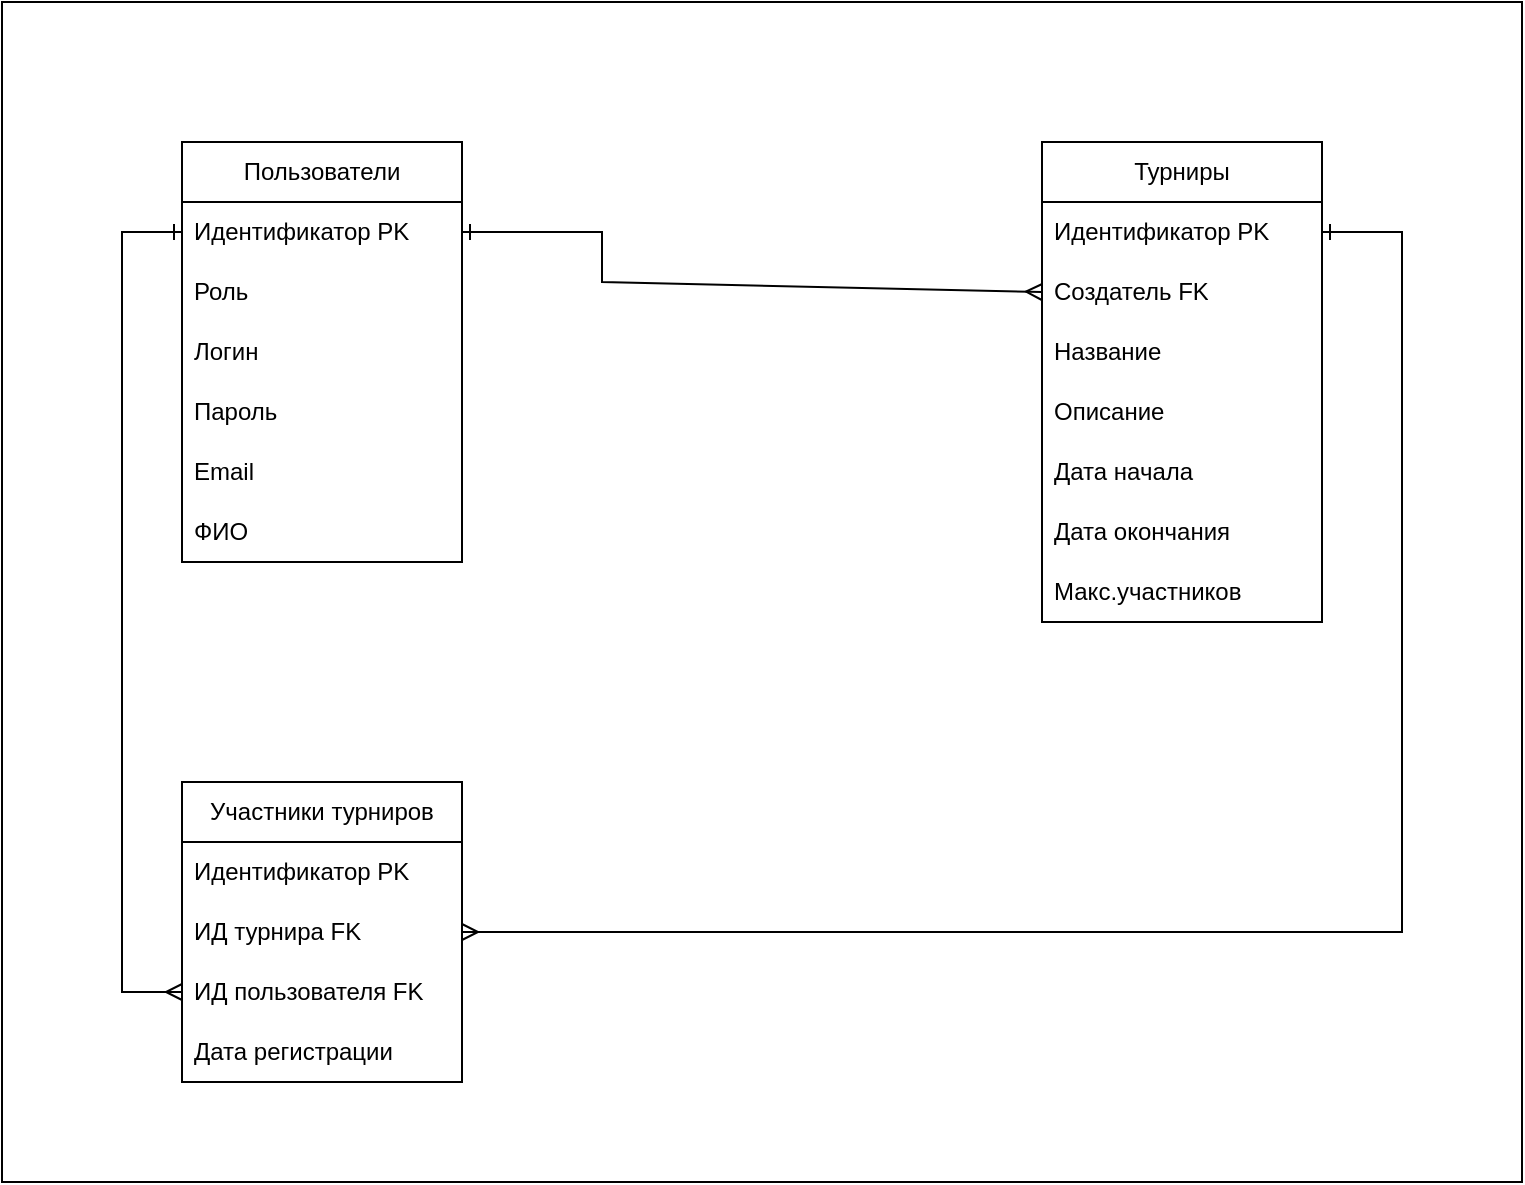
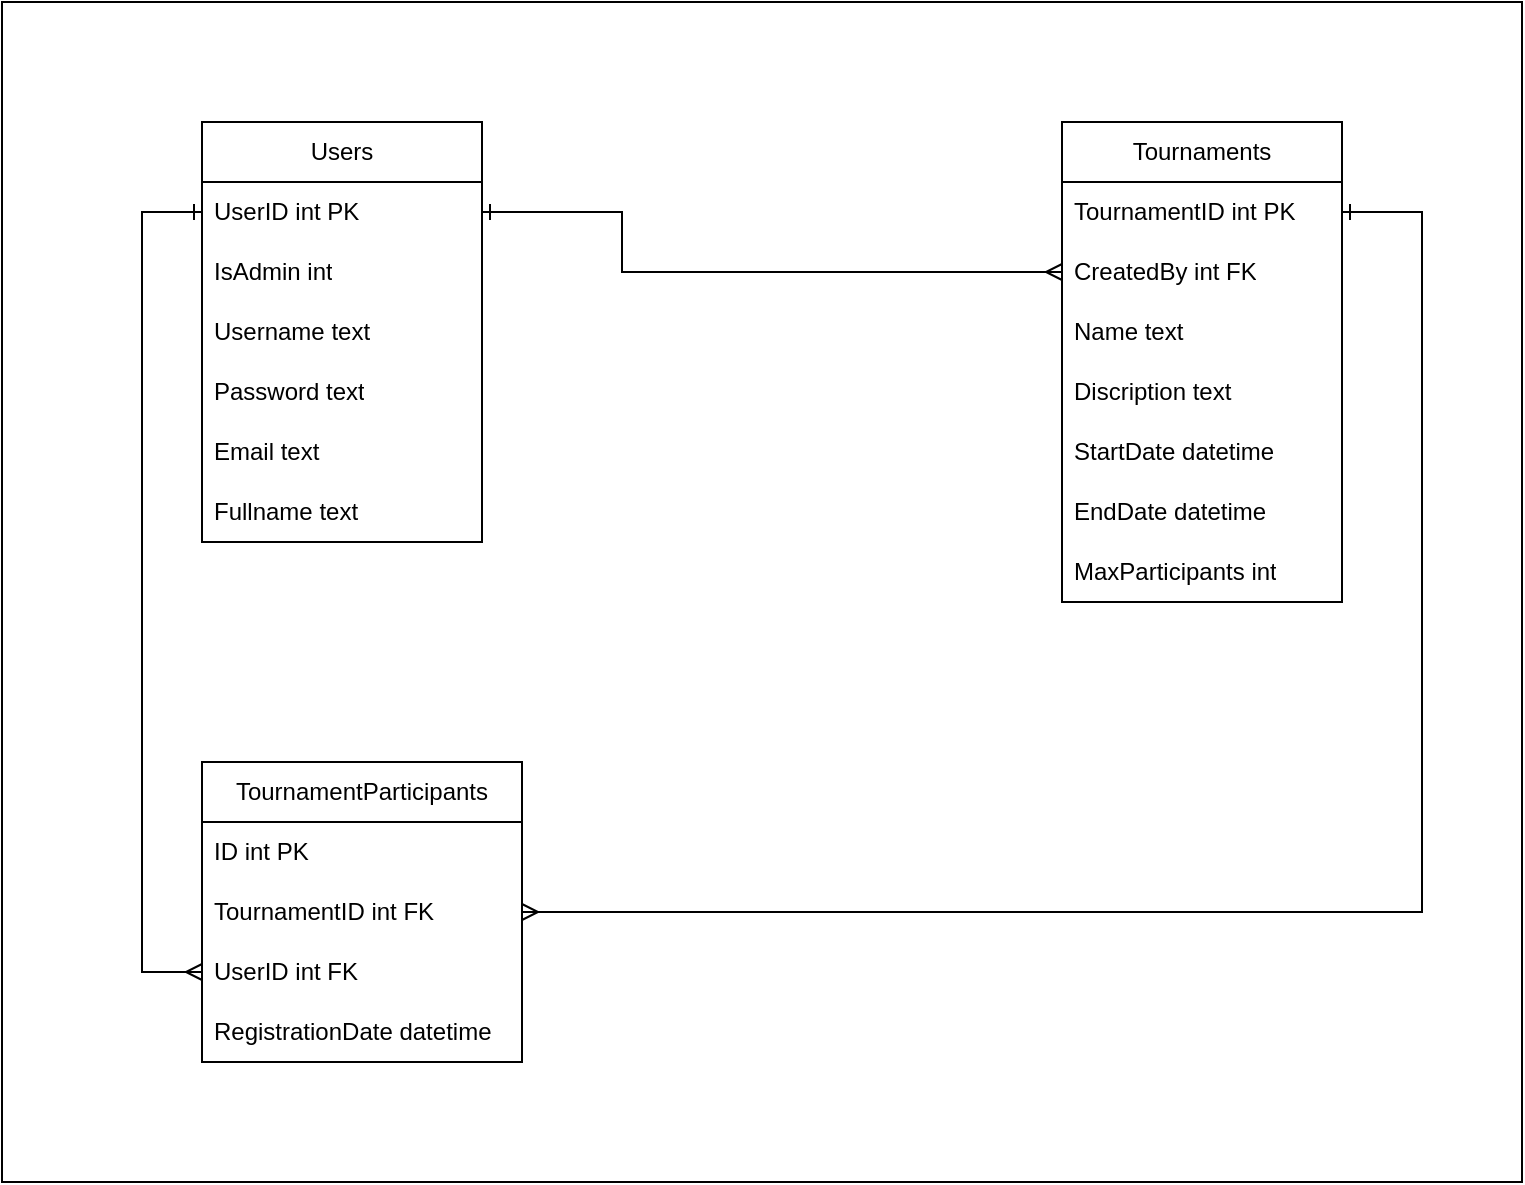
<mxfile host="app.diagrams.net">
  <diagram name="Страница-1" id="HOE2xlsQMClQYBSyNwu_">
    <mxGraphModel dx="2241" dy="784" grid="1" gridSize="10" guides="1" tooltips="1" connect="1" arrows="1" fold="1" page="1" pageScale="1" pageWidth="827" pageHeight="1169" math="0" shadow="0">
      <root>
        <mxCell id="0" />
        <mxCell id="1" parent="0" />
        <mxCell id="CgTxeYAuQG1rS6yxV_Gh-25" parent="1" style="rounded=0;whiteSpace=wrap;html=1;" value="" vertex="1">
-           <mxGeometry height="590" width="760" x="-20" y="50" as="geometry" />
+           <mxGeometry height="590" width="760" x="-30" y="60" as="geometry" />
        </mxCell>
-         <mxCell id="CgTxeYAuQG1rS6yxV_Gh-1" parent="1" style="swimlane;fontStyle=0;childLayout=stackLayout;horizontal=1;startSize=30;horizontalStack=0;resizeParent=1;resizeParentMax=0;resizeLast=0;collapsible=1;marginBottom=0;whiteSpace=wrap;html=1;" value="Пользователи" vertex="1">
+         <mxCell id="CgTxeYAuQG1rS6yxV_Gh-1" parent="1" style="swimlane;fontStyle=0;childLayout=stackLayout;horizontal=1;startSize=30;horizontalStack=0;resizeParent=1;resizeParentMax=0;resizeLast=0;collapsible=1;marginBottom=0;whiteSpace=wrap;html=1;" value="Users" vertex="1">
          <mxGeometry height="210" width="140" x="70" y="120" as="geometry" />
        </mxCell>
-         <mxCell id="CgTxeYAuQG1rS6yxV_Gh-2" parent="CgTxeYAuQG1rS6yxV_Gh-1" style="text;strokeColor=none;fillColor=none;align=left;verticalAlign=middle;spacingLeft=4;spacingRight=4;overflow=hidden;points=[[0,0.5],[1,0.5]];portConstraint=eastwest;rotatable=0;whiteSpace=wrap;html=1;" value="Идентификатор PK" vertex="1">
+         <mxCell id="CgTxeYAuQG1rS6yxV_Gh-2" parent="CgTxeYAuQG1rS6yxV_Gh-1" style="text;strokeColor=none;fillColor=none;align=left;verticalAlign=middle;spacingLeft=4;spacingRight=4;overflow=hidden;points=[[0,0.5],[1,0.5]];portConstraint=eastwest;rotatable=0;whiteSpace=wrap;html=1;" value="UserID int PK" vertex="1">
          <mxGeometry height="30" width="140" y="30" as="geometry" />
        </mxCell>
-         <mxCell id="CgTxeYAuQG1rS6yxV_Gh-3" parent="CgTxeYAuQG1rS6yxV_Gh-1" style="text;strokeColor=none;fillColor=none;align=left;verticalAlign=middle;spacingLeft=4;spacingRight=4;overflow=hidden;points=[[0,0.5],[1,0.5]];portConstraint=eastwest;rotatable=0;whiteSpace=wrap;html=1;" value="Роль" vertex="1">
+         <mxCell id="CgTxeYAuQG1rS6yxV_Gh-3" parent="CgTxeYAuQG1rS6yxV_Gh-1" style="text;strokeColor=none;fillColor=none;align=left;verticalAlign=middle;spacingLeft=4;spacingRight=4;overflow=hidden;points=[[0,0.5],[1,0.5]];portConstraint=eastwest;rotatable=0;whiteSpace=wrap;html=1;" value="IsAdmin int" vertex="1">
          <mxGeometry height="30" width="140" y="60" as="geometry" />
        </mxCell>
-         <mxCell id="CgTxeYAuQG1rS6yxV_Gh-4" parent="CgTxeYAuQG1rS6yxV_Gh-1" style="text;strokeColor=none;fillColor=none;align=left;verticalAlign=middle;spacingLeft=4;spacingRight=4;overflow=hidden;points=[[0,0.5],[1,0.5]];portConstraint=eastwest;rotatable=0;whiteSpace=wrap;html=1;" value="Логин" vertex="1">
+         <mxCell id="CgTxeYAuQG1rS6yxV_Gh-4" parent="CgTxeYAuQG1rS6yxV_Gh-1" style="text;strokeColor=none;fillColor=none;align=left;verticalAlign=middle;spacingLeft=4;spacingRight=4;overflow=hidden;points=[[0,0.5],[1,0.5]];portConstraint=eastwest;rotatable=0;whiteSpace=wrap;html=1;" value="Username text&amp;nbsp;" vertex="1">
          <mxGeometry height="30" width="140" y="90" as="geometry" />
        </mxCell>
-         <mxCell id="CgTxeYAuQG1rS6yxV_Gh-13" parent="CgTxeYAuQG1rS6yxV_Gh-1" style="text;strokeColor=none;fillColor=none;align=left;verticalAlign=middle;spacingLeft=4;spacingRight=4;overflow=hidden;points=[[0,0.5],[1,0.5]];portConstraint=eastwest;rotatable=0;whiteSpace=wrap;html=1;" value="Пароль" vertex="1">
+         <mxCell id="CgTxeYAuQG1rS6yxV_Gh-13" parent="CgTxeYAuQG1rS6yxV_Gh-1" style="text;strokeColor=none;fillColor=none;align=left;verticalAlign=middle;spacingLeft=4;spacingRight=4;overflow=hidden;points=[[0,0.5],[1,0.5]];portConstraint=eastwest;rotatable=0;whiteSpace=wrap;html=1;" value="Password text" vertex="1">
          <mxGeometry height="30" width="140" y="120" as="geometry" />
        </mxCell>
-         <mxCell id="CgTxeYAuQG1rS6yxV_Gh-14" parent="CgTxeYAuQG1rS6yxV_Gh-1" style="text;strokeColor=none;fillColor=none;align=left;verticalAlign=middle;spacingLeft=4;spacingRight=4;overflow=hidden;points=[[0,0.5],[1,0.5]];portConstraint=eastwest;rotatable=0;whiteSpace=wrap;html=1;" value="Email" vertex="1">
+         <mxCell id="CgTxeYAuQG1rS6yxV_Gh-14" parent="CgTxeYAuQG1rS6yxV_Gh-1" style="text;strokeColor=none;fillColor=none;align=left;verticalAlign=middle;spacingLeft=4;spacingRight=4;overflow=hidden;points=[[0,0.5],[1,0.5]];portConstraint=eastwest;rotatable=0;whiteSpace=wrap;html=1;" value="Email text" vertex="1">
          <mxGeometry height="30" width="140" y="150" as="geometry" />
        </mxCell>
-         <mxCell id="CgTxeYAuQG1rS6yxV_Gh-15" parent="CgTxeYAuQG1rS6yxV_Gh-1" style="text;strokeColor=none;fillColor=none;align=left;verticalAlign=middle;spacingLeft=4;spacingRight=4;overflow=hidden;points=[[0,0.5],[1,0.5]];portConstraint=eastwest;rotatable=0;whiteSpace=wrap;html=1;" value="ФИО" vertex="1">
+         <mxCell id="CgTxeYAuQG1rS6yxV_Gh-15" parent="CgTxeYAuQG1rS6yxV_Gh-1" style="text;strokeColor=none;fillColor=none;align=left;verticalAlign=middle;spacingLeft=4;spacingRight=4;overflow=hidden;points=[[0,0.5],[1,0.5]];portConstraint=eastwest;rotatable=0;whiteSpace=wrap;html=1;" value="Fullname text" vertex="1">
          <mxGeometry height="30" width="140" y="180" as="geometry" />
        </mxCell>
-         <mxCell id="CgTxeYAuQG1rS6yxV_Gh-5" parent="1" style="swimlane;fontStyle=0;childLayout=stackLayout;horizontal=1;startSize=30;horizontalStack=0;resizeParent=1;resizeParentMax=0;resizeLast=0;collapsible=1;marginBottom=0;whiteSpace=wrap;html=1;" value="Участники турниров" vertex="1">
-           <mxGeometry height="150" width="140" x="70" y="440" as="geometry" />
+         <mxCell id="CgTxeYAuQG1rS6yxV_Gh-5" parent="1" style="swimlane;fontStyle=0;childLayout=stackLayout;horizontal=1;startSize=30;horizontalStack=0;resizeParent=1;resizeParentMax=0;resizeLast=0;collapsible=1;marginBottom=0;whiteSpace=wrap;html=1;" value="TournamentParticipants" vertex="1">
+           <mxGeometry height="150" width="160" x="70" y="440" as="geometry" />
        </mxCell>
-         <mxCell id="CgTxeYAuQG1rS6yxV_Gh-6" parent="CgTxeYAuQG1rS6yxV_Gh-5" style="text;strokeColor=none;fillColor=none;align=left;verticalAlign=middle;spacingLeft=4;spacingRight=4;overflow=hidden;points=[[0,0.5],[1,0.5]];portConstraint=eastwest;rotatable=0;whiteSpace=wrap;html=1;" value="Идентификатор PK" vertex="1">
+         <mxCell id="CgTxeYAuQG1rS6yxV_Gh-6" parent="CgTxeYAuQG1rS6yxV_Gh-5" style="text;strokeColor=none;fillColor=none;align=left;verticalAlign=middle;spacingLeft=4;spacingRight=4;overflow=hidden;points=[[0,0.5],[1,0.5]];portConstraint=eastwest;rotatable=0;whiteSpace=wrap;html=1;" value="ID int PK&amp;nbsp;" vertex="1">
+           <mxGeometry height="30" width="160" y="30" as="geometry" />
+         </mxCell>
+         <mxCell id="CgTxeYAuQG1rS6yxV_Gh-7" parent="CgTxeYAuQG1rS6yxV_Gh-5" style="text;strokeColor=none;fillColor=none;align=left;verticalAlign=middle;spacingLeft=4;spacingRight=4;overflow=hidden;points=[[0,0.5],[1,0.5]];portConstraint=eastwest;rotatable=0;whiteSpace=wrap;html=1;" value="TournamentID int FK" vertex="1">
+           <mxGeometry height="30" width="160" y="60" as="geometry" />
+         </mxCell>
+         <mxCell id="CgTxeYAuQG1rS6yxV_Gh-8" parent="CgTxeYAuQG1rS6yxV_Gh-5" style="text;strokeColor=none;fillColor=none;align=left;verticalAlign=middle;spacingLeft=4;spacingRight=4;overflow=hidden;points=[[0,0.5],[1,0.5]];portConstraint=eastwest;rotatable=0;whiteSpace=wrap;html=1;" value="UserID int FK" vertex="1">
+           <mxGeometry height="30" width="160" y="90" as="geometry" />
+         </mxCell>
+         <mxCell id="CgTxeYAuQG1rS6yxV_Gh-20" parent="CgTxeYAuQG1rS6yxV_Gh-5" style="text;strokeColor=none;fillColor=none;align=left;verticalAlign=middle;spacingLeft=4;spacingRight=4;overflow=hidden;points=[[0,0.5],[1,0.5]];portConstraint=eastwest;rotatable=0;whiteSpace=wrap;html=1;" value="RegistrationDate datetime" vertex="1">
+           <mxGeometry height="30" width="160" y="120" as="geometry" />
+         </mxCell>
+         <mxCell id="CgTxeYAuQG1rS6yxV_Gh-9" parent="1" style="swimlane;fontStyle=0;childLayout=stackLayout;horizontal=1;startSize=30;horizontalStack=0;resizeParent=1;resizeParentMax=0;resizeLast=0;collapsible=1;marginBottom=0;whiteSpace=wrap;html=1;" value="Tournaments" vertex="1">
+           <mxGeometry height="240" width="140" x="500" y="120" as="geometry" />
+         </mxCell>
+         <mxCell id="CgTxeYAuQG1rS6yxV_Gh-10" parent="CgTxeYAuQG1rS6yxV_Gh-9" style="text;strokeColor=none;fillColor=none;align=left;verticalAlign=middle;spacingLeft=4;spacingRight=4;overflow=hidden;points=[[0,0.5],[1,0.5]];portConstraint=eastwest;rotatable=0;whiteSpace=wrap;html=1;" value="TournamentID int PK" vertex="1">
          <mxGeometry height="30" width="140" y="30" as="geometry" />
        </mxCell>
-         <mxCell id="CgTxeYAuQG1rS6yxV_Gh-7" parent="CgTxeYAuQG1rS6yxV_Gh-5" style="text;strokeColor=none;fillColor=none;align=left;verticalAlign=middle;spacingLeft=4;spacingRight=4;overflow=hidden;points=[[0,0.5],[1,0.5]];portConstraint=eastwest;rotatable=0;whiteSpace=wrap;html=1;" value="ИД турнира FK" vertex="1">
+         <mxCell id="CgTxeYAuQG1rS6yxV_Gh-11" parent="CgTxeYAuQG1rS6yxV_Gh-9" style="text;strokeColor=none;fillColor=none;align=left;verticalAlign=middle;spacingLeft=4;spacingRight=4;overflow=hidden;points=[[0,0.5],[1,0.5]];portConstraint=eastwest;rotatable=0;whiteSpace=wrap;html=1;" value="CreatedBy int FK" vertex="1">
          <mxGeometry height="30" width="140" y="60" as="geometry" />
        </mxCell>
-         <mxCell id="CgTxeYAuQG1rS6yxV_Gh-8" parent="CgTxeYAuQG1rS6yxV_Gh-5" style="text;strokeColor=none;fillColor=none;align=left;verticalAlign=middle;spacingLeft=4;spacingRight=4;overflow=hidden;points=[[0,0.5],[1,0.5]];portConstraint=eastwest;rotatable=0;whiteSpace=wrap;html=1;" value="ИД пользователя FK" vertex="1">
+         <mxCell id="CgTxeYAuQG1rS6yxV_Gh-12" parent="CgTxeYAuQG1rS6yxV_Gh-9" style="text;strokeColor=none;fillColor=none;align=left;verticalAlign=middle;spacingLeft=4;spacingRight=4;overflow=hidden;points=[[0,0.5],[1,0.5]];portConstraint=eastwest;rotatable=0;whiteSpace=wrap;html=1;" value="Name text" vertex="1">
          <mxGeometry height="30" width="140" y="90" as="geometry" />
        </mxCell>
-         <mxCell id="CgTxeYAuQG1rS6yxV_Gh-20" parent="CgTxeYAuQG1rS6yxV_Gh-5" style="text;strokeColor=none;fillColor=none;align=left;verticalAlign=middle;spacingLeft=4;spacingRight=4;overflow=hidden;points=[[0,0.5],[1,0.5]];portConstraint=eastwest;rotatable=0;whiteSpace=wrap;html=1;" value="Дата регистрации" vertex="1">
+         <mxCell id="CgTxeYAuQG1rS6yxV_Gh-16" parent="CgTxeYAuQG1rS6yxV_Gh-9" style="text;strokeColor=none;fillColor=none;align=left;verticalAlign=middle;spacingLeft=4;spacingRight=4;overflow=hidden;points=[[0,0.5],[1,0.5]];portConstraint=eastwest;rotatable=0;whiteSpace=wrap;html=1;" value="Discription text" vertex="1">
          <mxGeometry height="30" width="140" y="120" as="geometry" />
        </mxCell>
-         <mxCell id="CgTxeYAuQG1rS6yxV_Gh-9" parent="1" style="swimlane;fontStyle=0;childLayout=stackLayout;horizontal=1;startSize=30;horizontalStack=0;resizeParent=1;resizeParentMax=0;resizeLast=0;collapsible=1;marginBottom=0;whiteSpace=wrap;html=1;" value="Турниры" vertex="1">
-           <mxGeometry height="240" width="140" x="500" y="120" as="geometry" />
-         </mxCell>
-         <mxCell id="CgTxeYAuQG1rS6yxV_Gh-10" parent="CgTxeYAuQG1rS6yxV_Gh-9" style="text;strokeColor=none;fillColor=none;align=left;verticalAlign=middle;spacingLeft=4;spacingRight=4;overflow=hidden;points=[[0,0.5],[1,0.5]];portConstraint=eastwest;rotatable=0;whiteSpace=wrap;html=1;" value="Идентификатор PK" vertex="1">
-           <mxGeometry height="30" width="140" y="30" as="geometry" />
-         </mxCell>
-         <mxCell id="CgTxeYAuQG1rS6yxV_Gh-11" parent="CgTxeYAuQG1rS6yxV_Gh-9" style="text;strokeColor=none;fillColor=none;align=left;verticalAlign=middle;spacingLeft=4;spacingRight=4;overflow=hidden;points=[[0,0.5],[1,0.5]];portConstraint=eastwest;rotatable=0;whiteSpace=wrap;html=1;" value="Создатель FK" vertex="1">
-           <mxGeometry height="30" width="140" y="60" as="geometry" />
-         </mxCell>
-         <mxCell id="CgTxeYAuQG1rS6yxV_Gh-12" parent="CgTxeYAuQG1rS6yxV_Gh-9" style="text;strokeColor=none;fillColor=none;align=left;verticalAlign=middle;spacingLeft=4;spacingRight=4;overflow=hidden;points=[[0,0.5],[1,0.5]];portConstraint=eastwest;rotatable=0;whiteSpace=wrap;html=1;" value="Название" vertex="1">
-           <mxGeometry height="30" width="140" y="90" as="geometry" />
-         </mxCell>
-         <mxCell id="CgTxeYAuQG1rS6yxV_Gh-16" parent="CgTxeYAuQG1rS6yxV_Gh-9" style="text;strokeColor=none;fillColor=none;align=left;verticalAlign=middle;spacingLeft=4;spacingRight=4;overflow=hidden;points=[[0,0.5],[1,0.5]];portConstraint=eastwest;rotatable=0;whiteSpace=wrap;html=1;" value="Описание" vertex="1">
-           <mxGeometry height="30" width="140" y="120" as="geometry" />
-         </mxCell>
-         <mxCell id="CgTxeYAuQG1rS6yxV_Gh-17" parent="CgTxeYAuQG1rS6yxV_Gh-9" style="text;strokeColor=none;fillColor=none;align=left;verticalAlign=middle;spacingLeft=4;spacingRight=4;overflow=hidden;points=[[0,0.5],[1,0.5]];portConstraint=eastwest;rotatable=0;whiteSpace=wrap;html=1;" value="Дата начала" vertex="1">
+         <mxCell id="CgTxeYAuQG1rS6yxV_Gh-17" parent="CgTxeYAuQG1rS6yxV_Gh-9" style="text;strokeColor=none;fillColor=none;align=left;verticalAlign=middle;spacingLeft=4;spacingRight=4;overflow=hidden;points=[[0,0.5],[1,0.5]];portConstraint=eastwest;rotatable=0;whiteSpace=wrap;html=1;" value="StartDate datetime" vertex="1">
          <mxGeometry height="30" width="140" y="150" as="geometry" />
        </mxCell>
-         <mxCell id="CgTxeYAuQG1rS6yxV_Gh-18" parent="CgTxeYAuQG1rS6yxV_Gh-9" style="text;strokeColor=none;fillColor=none;align=left;verticalAlign=middle;spacingLeft=4;spacingRight=4;overflow=hidden;points=[[0,0.5],[1,0.5]];portConstraint=eastwest;rotatable=0;whiteSpace=wrap;html=1;" value="Дата окончания" vertex="1">
+         <mxCell id="CgTxeYAuQG1rS6yxV_Gh-18" parent="CgTxeYAuQG1rS6yxV_Gh-9" style="text;strokeColor=none;fillColor=none;align=left;verticalAlign=middle;spacingLeft=4;spacingRight=4;overflow=hidden;points=[[0,0.5],[1,0.5]];portConstraint=eastwest;rotatable=0;whiteSpace=wrap;html=1;" value="EndDate datetime" vertex="1">
          <mxGeometry height="30" width="140" y="180" as="geometry" />
        </mxCell>
-         <mxCell id="CgTxeYAuQG1rS6yxV_Gh-19" parent="CgTxeYAuQG1rS6yxV_Gh-9" style="text;strokeColor=none;fillColor=none;align=left;verticalAlign=middle;spacingLeft=4;spacingRight=4;overflow=hidden;points=[[0,0.5],[1,0.5]];portConstraint=eastwest;rotatable=0;whiteSpace=wrap;html=1;" value="Макс.участников" vertex="1">
+         <mxCell id="CgTxeYAuQG1rS6yxV_Gh-19" parent="CgTxeYAuQG1rS6yxV_Gh-9" style="text;strokeColor=none;fillColor=none;align=left;verticalAlign=middle;spacingLeft=4;spacingRight=4;overflow=hidden;points=[[0,0.5],[1,0.5]];portConstraint=eastwest;rotatable=0;whiteSpace=wrap;html=1;" value="MaxParticipants int" vertex="1">
          <mxGeometry height="30" width="140" y="210" as="geometry" />
        </mxCell>
        <mxCell id="CgTxeYAuQG1rS6yxV_Gh-22" edge="1" parent="1" source="CgTxeYAuQG1rS6yxV_Gh-2" style="endArrow=ERmany;html=1;rounded=0;exitX=1;exitY=0.5;exitDx=0;exitDy=0;entryX=0;entryY=0.5;entryDx=0;entryDy=0;startArrow=ERone;startFill=0;endFill=0;" target="CgTxeYAuQG1rS6yxV_Gh-11" value="">
          <mxGeometry height="50" relative="1" width="50" as="geometry">
            <Array as="points">
              <mxPoint x="280" y="165" />
-               <mxPoint x="280" y="190" />
+               <mxPoint x="280" y="195" />
            </Array>
            <mxPoint x="290" y="390" as="sourcePoint" />
            <mxPoint x="340" y="340" as="targetPoint" />
          </mxGeometry>
        </mxCell>
        <mxCell id="CgTxeYAuQG1rS6yxV_Gh-23" edge="1" parent="1" source="CgTxeYAuQG1rS6yxV_Gh-8" style="endArrow=ERone;html=1;rounded=0;entryX=0;entryY=0.5;entryDx=0;entryDy=0;exitX=0;exitY=0.5;exitDx=0;exitDy=0;startArrow=ERmany;startFill=0;endFill=0;" target="CgTxeYAuQG1rS6yxV_Gh-2" value="">
          <mxGeometry height="50" relative="1" width="50" as="geometry">
            <Array as="points">
              <mxPoint x="40" y="545" />
              <mxPoint x="40" y="165" />
            </Array>
            <mxPoint x="390" y="430" as="sourcePoint" />
            <mxPoint x="440" y="380" as="targetPoint" />
          </mxGeometry>
        </mxCell>
        <mxCell id="CgTxeYAuQG1rS6yxV_Gh-24" edge="1" parent="1" source="CgTxeYAuQG1rS6yxV_Gh-7" style="endArrow=ERone;html=1;rounded=0;entryX=1;entryY=0.5;entryDx=0;entryDy=0;exitX=1;exitY=0.5;exitDx=0;exitDy=0;startArrow=ERmany;startFill=0;endFill=0;" target="CgTxeYAuQG1rS6yxV_Gh-10" value="">
          <mxGeometry height="50" relative="1" width="50" as="geometry">
            <Array as="points">
              <mxPoint x="680" y="515" />
              <mxPoint x="680" y="165" />
            </Array>
            <mxPoint x="390" y="430" as="sourcePoint" />
            <mxPoint x="440" y="380" as="targetPoint" />
          </mxGeometry>
        </mxCell>
      </root>
    </mxGraphModel>
  </diagram>
</mxfile>
